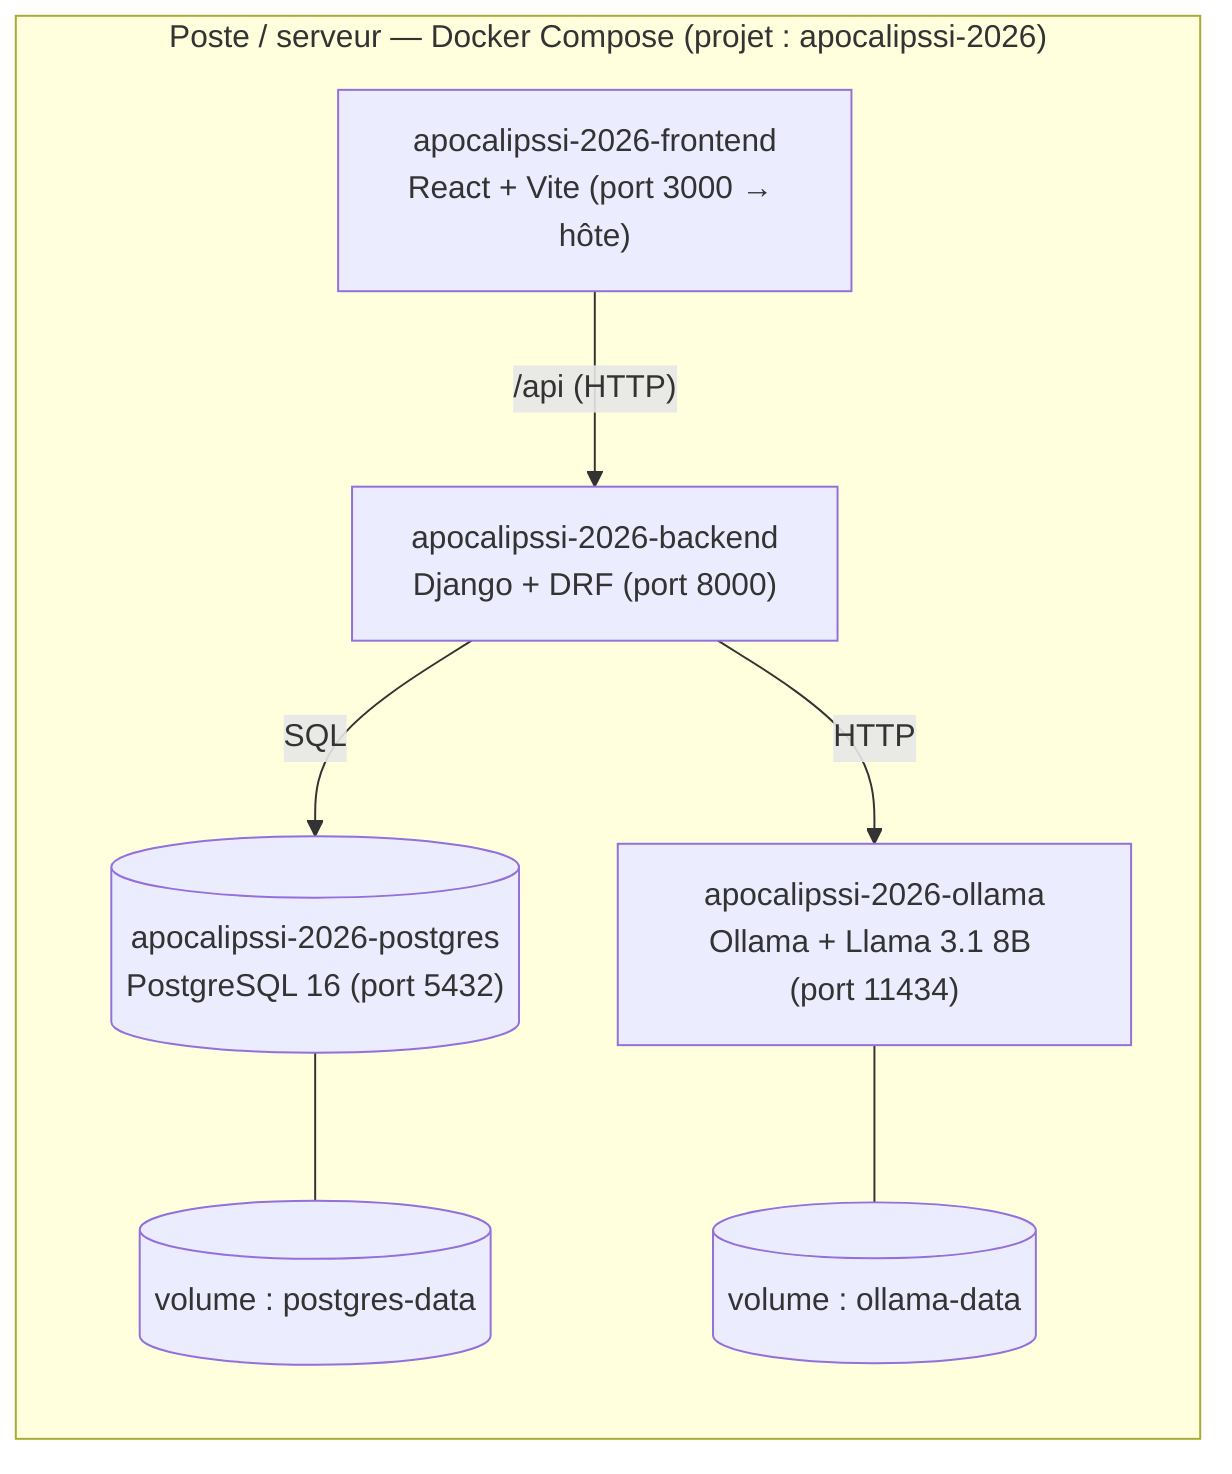
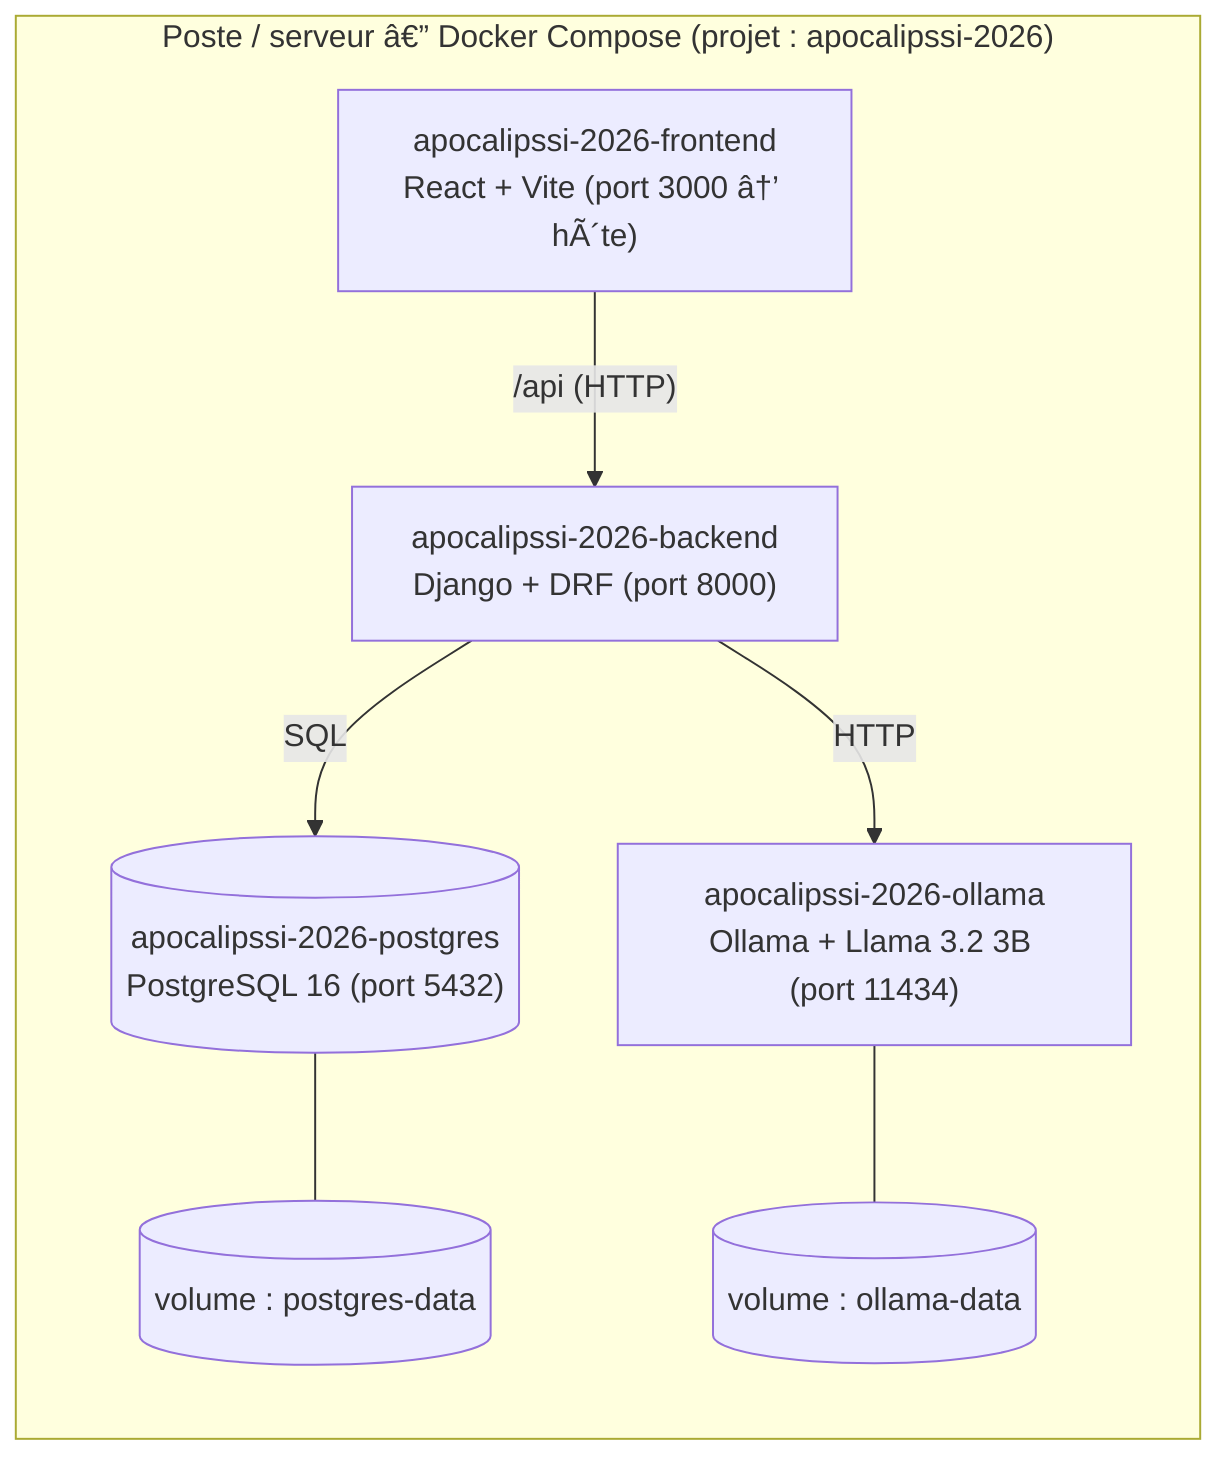
- %% Diagramme de déploiement Docker (EduTutor IA)
+ %% Diagramme de dÃ©ploiement Docker (EduTutor IA)
flowchart TB
-   subgraph HOST["Poste / serveur — Docker Compose (projet : apocalipssi-2026)"]
+   subgraph HOST["Poste / serveur â€” Docker Compose (projet : apocalipssi-2026)"]
    direction TB
-     FE["apocalipssi-2026-frontend<br/>React + Vite (port 3000 → hôte)"]
+     FE["apocalipssi-2026-frontend<br/>React + Vite (port 3000 â†’ hÃ´te)"]
    BE["apocalipssi-2026-backend<br/>Django + DRF (port 8000)"]
    PG[("apocalipssi-2026-postgres<br/>PostgreSQL 16 (port 5432)")]
-     OL["apocalipssi-2026-ollama<br/>Ollama + Llama 3.1 8B (port 11434)"]
+     OL["apocalipssi-2026-ollama<br/>Ollama + Llama 3.2 3B (port 11434)"]
    VPG[("volume : postgres-data")]
    VOL[("volume : ollama-data")]
  end

  FE -->|"/api (HTTP)"| BE
  BE -->|"SQL"| PG
  BE -->|"HTTP"| OL
  PG --- VPG
  OL --- VOL
